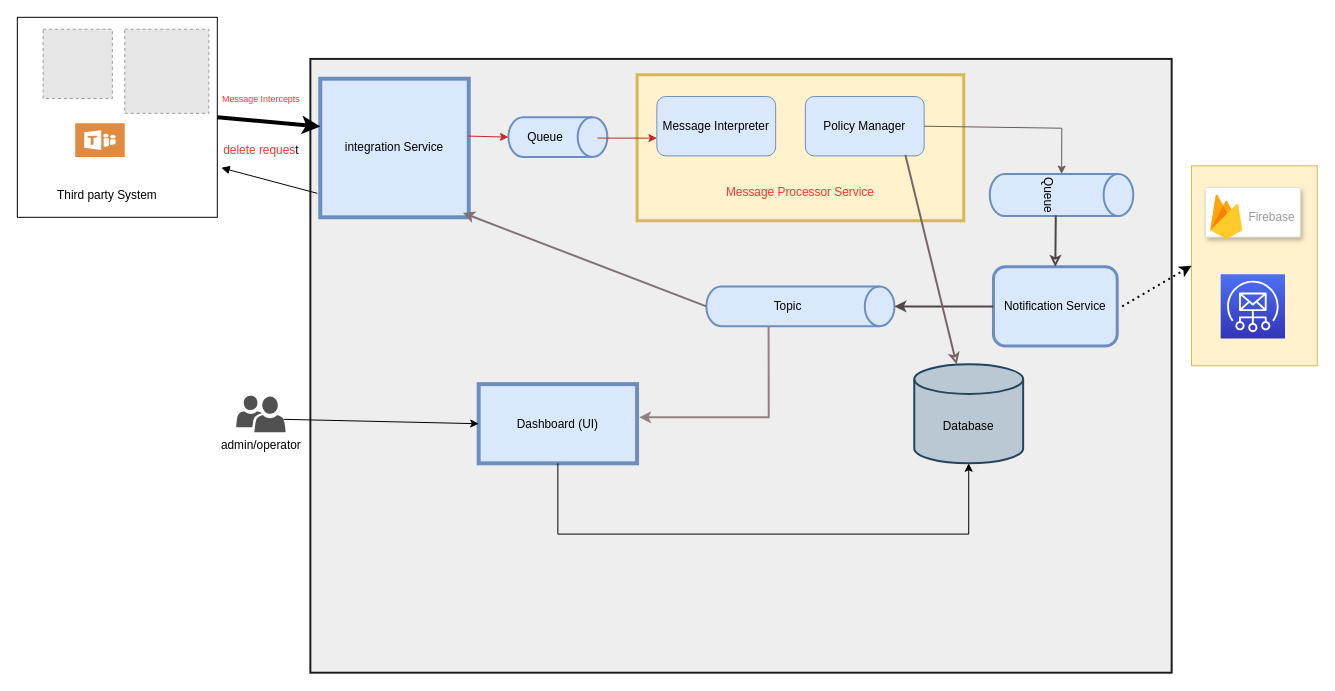
Earlier version of the draw.io diagram secure-message-app/Untitled Diagram.drawio (mishrarahulranjan/hld-problems). Source tidied: cells renumbered, new cells numbered last; positions are measured from the earlier drawing's top-left corner, leaving out a move shared by most shapes. Both pictures are drawn from the tidied source at 99%, with x=0, y=0 at pixel (17, 17). Pictures stored in the file or linked from it are replaced by grey dashed boxes.
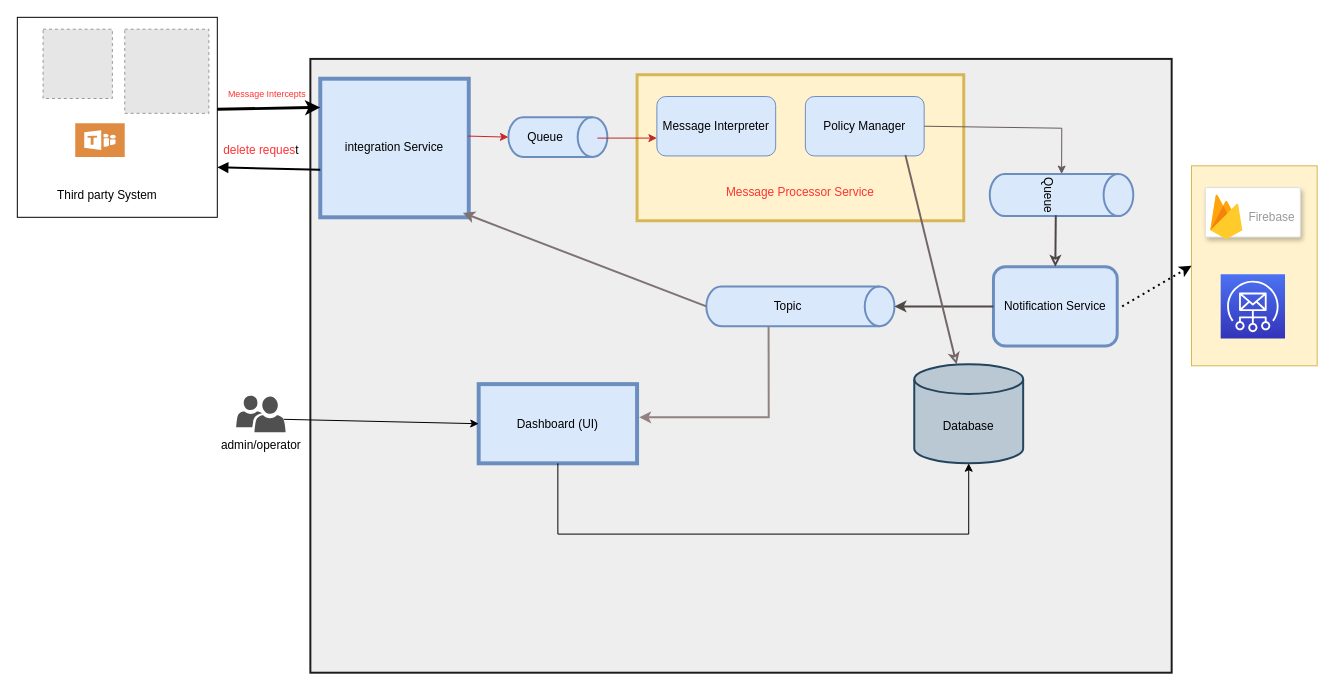
After the change.

Commit message:
secure-messages-svc

The change refers to these unchanged cells:
```xml
<mxCell id="6" value="integration Service" style="rounded=0;whiteSpace=wrap;html=1;fillColor=#dae8fc;strokeColor=#6c8ebf;strokeWidth=4;" parent="1" vertex="1">
  <mxGeometry x="306" y="62" width="150" height="140" as="geometry" />
</mxCell>
<mxCell id="29" style="whiteSpace=wrap;html=1;" parent="1" vertex="1">
  <mxGeometry width="202" height="202" as="geometry" />
</mxCell>
```

The edit, as a diff of the source:
```diff
@@
-    <mxCell id="34" style="endArrow=classic;startArrow=none;html=1;rounded=0;exitX=1;exitY=0.5;exitDx=0;exitDy=0;entryX=0;entryY=0.345;entryDx=0;entryDy=0;entryPerimeter=0;startFill=0;strokeWidth=4;" parent="1" edge="1" source="29" target="6">
+    <mxCell id="34" style="endArrow=classic;startArrow=none;html=1;rounded=0;exitX=1;exitY=0.46;exitDx=0;exitDy=0;entryX=0;entryY=0.207;entryDx=0;entryDy=0;startFill=0;strokeWidth=3;exitPerimeter=0;entryPerimeter=0;" parent="1" edge="1" source="29" target="6">
       <mxGeometry relative="1" as="geometry" />
     </mxCell>
-    <mxCell id="35" style="endArrow=none;html=1;rounded=0;entryX=-0.02;entryY=0.827;entryDx=0;entryDy=0;entryPerimeter=0;startArrow=block;startFill=1;endFill=0;" parent="1" edge="1" target="6">
-      <mxGeometry relative="1" as="geometry">
-        <mxPoint x="206" y="152" as="sourcePoint" />
-      </mxGeometry>
+    <mxCell id="35" style="endArrow=none;html=1;rounded=0;entryX=0;entryY=0.657;entryDx=0;entryDy=0;entryPerimeter=0;startArrow=block;startFill=1;endFill=0;strokeWidth=2;exitX=1;exitY=0.75;exitDx=0;exitDy=0;" parent="1" edge="1" source="29" target="6">
+      <mxGeometry relative="1" as="geometry" />
     </mxCell>
-    <mxCell id="36" value="&lt;font color=&quot;#ff3333&quot; style=&quot;font-size: 9px;&quot;&gt;Message Intercepts&lt;/font&gt;" style="text;html=1;align=center;verticalAlign=middle;strokeColor=none;fillColor=none;strokeWidth=5;" parent="1" vertex="1">
-      <mxGeometry x="196" y="67" width="100" height="30" as="geometry" />
+    <mxCell id="36" value="&lt;font color=&quot;#ff3333&quot; style=&quot;font-size: 9px;&quot;&gt;Message Intercepts&lt;/font&gt;" style="text;html=1;align=center;verticalAlign=middle;strokeColor=none;fillColor=none;strokeWidth=3;" parent="1" vertex="1">
+      <mxGeometry x="202" y="62" width="100" height="30" as="geometry" />
     </mxCell>
-    <mxCell id="37" value="&lt;font color=&quot;#ff3333&quot;&gt;delete reques&lt;/font&gt;t" style="text;html=1;align=center;verticalAlign=middle;strokeColor=none;fillColor=none;" parent="1" vertex="1">
+    <mxCell id="37" value="&lt;font color=&quot;#ff3333&quot;&gt;delete reques&lt;/font&gt;t" style="text;html=1;align=center;verticalAlign=middle;strokeColor=none;fillColor=none;strokeWidth=3;" parent="1" vertex="1">
       <mxGeometry x="196" y="120" width="100" height="30" as="geometry" />
     </mxCell>
```
